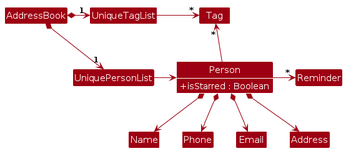
This is diagrams/BetterModelClassDiagram.png from aloy-pek/tp, a PlantUML export, as it was before one commit. Its source is kept beside it as diagrams/BetterModelClassDiagram.puml. The source it was exported from:
```plantuml
@startuml
!include style.puml
skinparam classAttributeIconSize 0
skinparam classAttributeFontColor #FFFFFF
skinparam arrowThickness 1.1
skinparam arrowColor MODEL_COLOR
skinparam classBackgroundColor MODEL_COLOR
show members
hide empty members

Class Person {
    +isStarred : Boolean
}

AddressBook *-right-> "1" UniquePersonList
AddressBook *-right-> "1" UniqueTagList
UniqueTagList -[hidden]down- UniquePersonList
UniqueTagList -[hidden]down- UniquePersonList

UniqueTagList -right-> "*" Tag
UniquePersonList -right-> Person

Person -up-> "*" Tag

Person *--> Name
Person *--> Phone
Person *--> Email
Person *--> Address
Person -right> "*" Reminder
@enduml
```
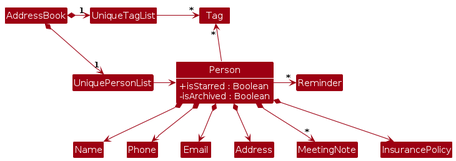
The same diagram one commit later.

The edit, as a diff of the source:
```diff
@@ -11,6 +11,10 @@
 Class Person {
     +isStarred : Boolean
 }
+
+Class Person {
+    -isArchived : Boolean
+    }
 
 AddressBook *-right-> "1" UniquePersonList
 AddressBook *-right-> "1" UniqueTagList
@@ -26,5 +30,7 @@
 Person *--> Phone
 Person *--> Email
 Person *--> Address
+Person *--> "*" MeetingNote
+Person *--> InsurancePolicy
 Person -right> "*" Reminder
 @enduml
```
